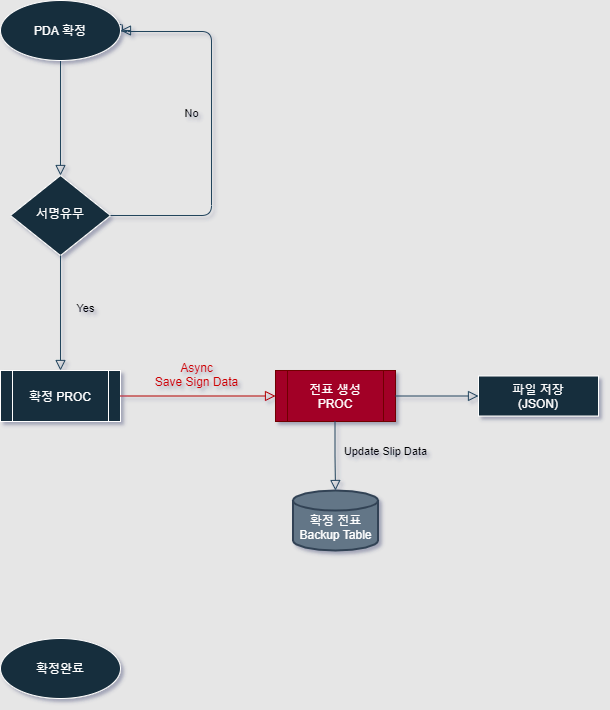
Earlier version of the draw.io export New PDA Confrim.png (seunggeunjo/Flow-Chart). Source tidied: cells renumbered, new cells last; positions are measured from the earlier drawing's top-left corner, leaving out a move shared by most shapes.
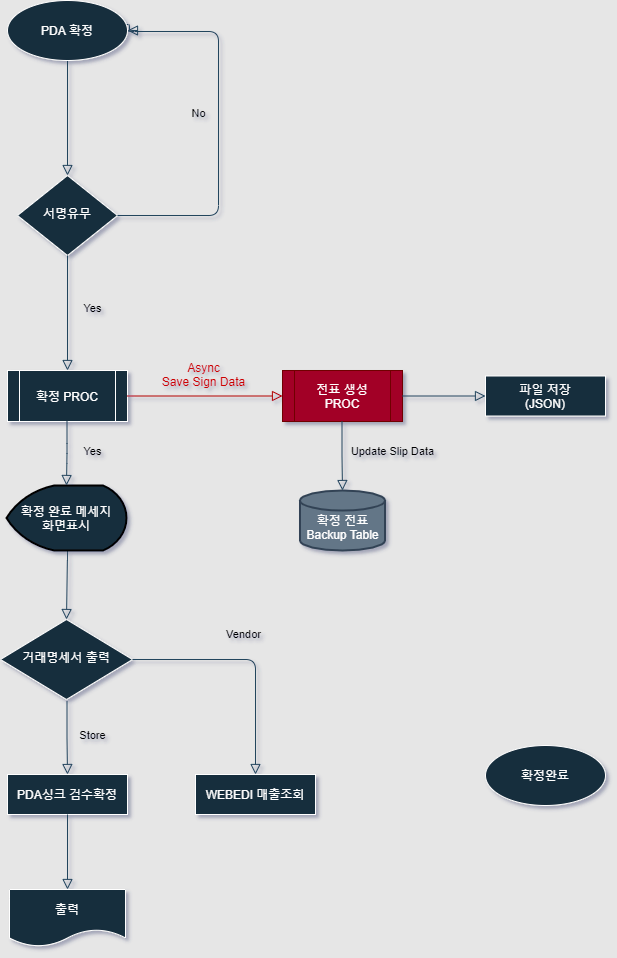
After the commit.

What changed in the source:
```diff
@@ -35,7 +35,7 @@
       <mxGeometry x="292.5" y="490" width="85" height="60" as="geometry" />
     </mxCell>
     <mxCell id="10" value="확정완료" style="ellipse;whiteSpace=wrap;html=1;fontColor=#FFFFFF;strokeColor=#FFFFFF;fillColor=#182E3E;" parent="1" vertex="1">
-      <mxGeometry y="638" width="120" height="60" as="geometry" />
+      <mxGeometry x="478" y="745" width="120" height="60" as="geometry" />
     </mxCell>
     <mxCell id="11" value="전표 생성&lt;br&gt;PROC" style="shape=process;whiteSpace=wrap;html=1;backgroundOutline=1;fillColor=#a20025;strokeColor=#6F0000;fontColor=#ffffff;" parent="1" vertex="1">
       <mxGeometry x="275" y="370" width="120" height="51" as="geometry" />
@@ -58,5 +58,43 @@
     <mxCell id="16" style="edgeStyle=none;rounded=0;sketch=0;orthogonalLoop=1;jettySize=auto;html=1;entryX=1;entryY=0.5;entryDx=0;entryDy=0;shadow=1;labelBackgroundColor=none;fontColor=#FFFFFF;startArrow=block;startFill=1;strokeColor=#23445D;verticalAlign=middle;" parent="1" edge="1" source="15" target="15">
       <mxGeometry relative="1" as="geometry" />
     </mxCell>
+    <mxCell id="17" value="거래명세서 출력" style="rhombus;whiteSpace=wrap;html=1;shadow=0;fontFamily=Helvetica;fontSize=12;align=center;strokeWidth=1;spacing=6;spacingTop=-4;fillColor=#182E3E;strokeColor=#FFFFFF;fontColor=#FFFFFF;" parent="1" vertex="1">
+      <mxGeometry x="-7" y="619" width="132" height="80" as="geometry" />
+    </mxCell>
+    <mxCell id="18" style="edgeStyle=orthogonalEdgeStyle;html=1;jettySize=auto;fontSize=11;endArrow=block;endFill=0;endSize=8;strokeWidth=1;shadow=0;labelBackgroundColor=none;strokeColor=#23445D;entryX=0.5;entryY=0;entryDx=0;entryDy=0;exitX=0.5;exitY=1;exitDx=0;exitDy=0;exitPerimeter=0;" parent="1" edge="1" source="19" target="17">
+      <mxGeometry x="-0.07" y="25" relative="1" as="geometry">
+        <Array as="points">
+          <mxPoint x="60" y="550" />
+        </Array>
+      </mxGeometry>
+    </mxCell>
+    <mxCell id="19" value="확정 완료 메세지&lt;br&gt;화면표시" style="strokeWidth=2;html=1;shape=mxgraph.flowchart.display;whiteSpace=wrap;shadow=0;glass=0;fontColor=#FFFFFF;fillColor=#182E3E;gradientColor=none;align=center;" parent="1" vertex="1">
+      <mxGeometry x="-1" y="485" width="120" height="65" as="geometry" />
+    </mxCell>
+    <mxCell id="20" value="Yes" style="edgeStyle=orthogonalEdgeStyle;html=1;jettySize=auto;fontSize=11;endArrow=block;endFill=0;endSize=8;strokeWidth=1;shadow=0;labelBackgroundColor=none;strokeColor=#23445D;entryX=0.5;entryY=0;entryDx=0;entryDy=0;entryPerimeter=0;" parent="1" edge="1" target="19">
+      <mxGeometry x="-0.07" y="25" relative="1" as="geometry">
+        <mxPoint x="59.5" y="421" as="sourcePoint" />
+      </mxGeometry>
+    </mxCell>
+    <mxCell id="21" value="Vendor" style="edgeStyle=orthogonalEdgeStyle;html=1;jettySize=auto;fontSize=11;endArrow=block;endFill=0;endSize=8;strokeWidth=1;shadow=0;labelBackgroundColor=none;strokeColor=#23445D;exitX=1;exitY=0.5;exitDx=0;exitDy=0;entryX=0.5;entryY=0;entryDx=0;entryDy=0;" parent="1" edge="1" source="17" target="23">
+      <mxGeometry x="-0.07" y="25" relative="1" as="geometry" />
+    </mxCell>
+    <mxCell id="22" value="Store" style="edgeStyle=orthogonalEdgeStyle;html=1;jettySize=auto;fontSize=11;endArrow=block;endFill=0;endSize=8;strokeWidth=1;shadow=0;labelBackgroundColor=none;strokeColor=#23445D;exitX=1;exitY=0.5;exitDx=0;exitDy=0;entryX=0.5;entryY=0;entryDx=0;entryDy=0;" parent="1" edge="1" target="24">
+      <mxGeometry x="-0.07" y="25" relative="1" as="geometry">
+        <mxPoint x="59.5" y="701" as="sourcePoint" />
+      </mxGeometry>
+    </mxCell>
+    <mxCell id="23" value="WEBEDI 매출조회" style="whiteSpace=wrap;html=1;fontSize=12;glass=0;strokeWidth=1;shadow=0;fillColor=#182E3E;strokeColor=#FFFFFF;fontColor=#FFFFFF;" parent="1" vertex="1">
+      <mxGeometry x="188" y="774" width="120" height="40" as="geometry" />
+    </mxCell>
+    <mxCell id="24" value="PDA싱크 검수확정" style="whiteSpace=wrap;html=1;fontSize=12;glass=0;strokeWidth=1;shadow=0;fillColor=#182E3E;strokeColor=#FFFFFF;fontColor=#FFFFFF;" parent="1" vertex="1">
+      <mxGeometry y="774" width="120" height="40" as="geometry" />
+    </mxCell>
+    <mxCell id="25" value="출력" style="shape=document;whiteSpace=wrap;html=1;boundedLbl=1;shadow=0;fontColor=#FFFFFF;strokeColor=#FFFFFF;strokeWidth=1;fillColor=#182E3E;glass=0;" parent="1" vertex="1">
+      <mxGeometry x="2" y="889" width="116" height="57" as="geometry" />
+    </mxCell>
+    <mxCell id="26" style="edgeStyle=orthogonalEdgeStyle;html=1;jettySize=auto;fontSize=11;endArrow=block;endFill=0;endSize=8;strokeWidth=1;shadow=0;labelBackgroundColor=none;strokeColor=#23445D;" parent="1" edge="1" source="24" target="25">
+      <mxGeometry x="0.03" y="20" relative="1" as="geometry" />
+    </mxCell>
   </root>
 </mxGraphModel>
```
